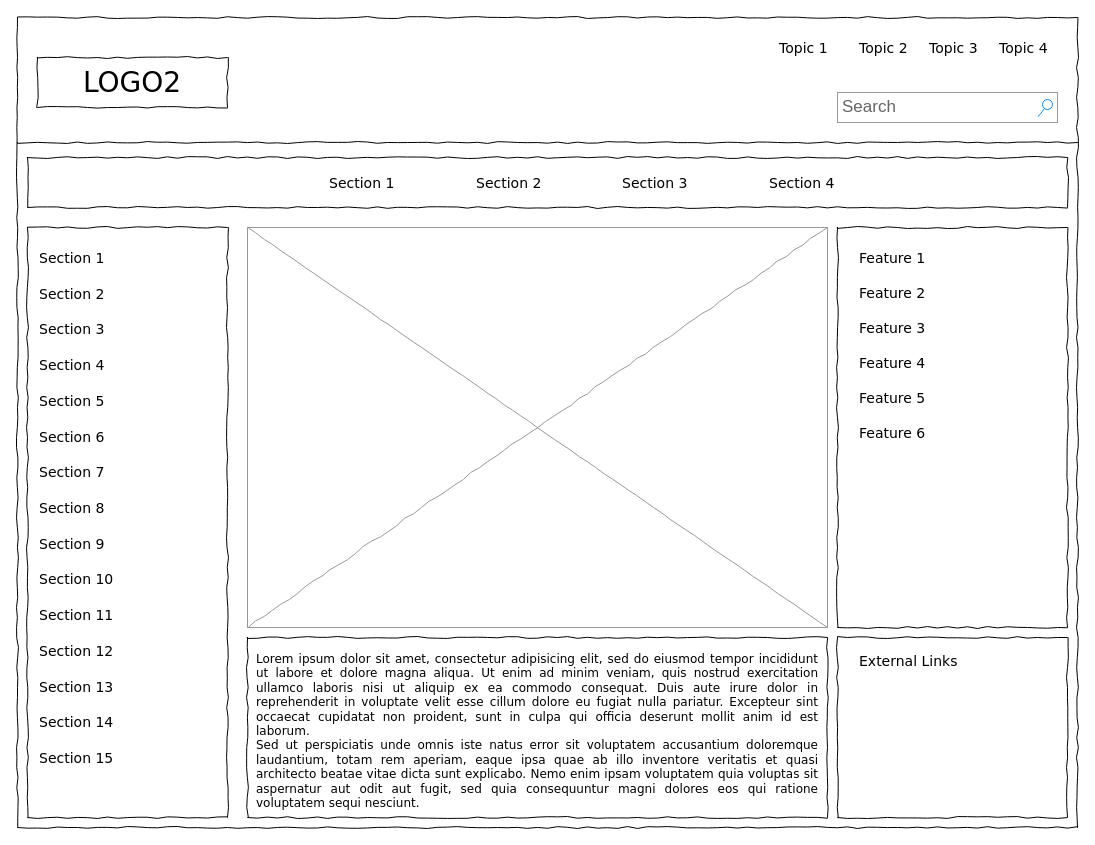
timesong/sqlend_docs keeps this draw.io diagram as docs/未命名绘图.drawio. Above is the earlier version. Source tidied: cells renumbered, new cells numbered last; positions are measured from the earlier drawing's top-left corner, leaving out a move shared by most shapes. Both pictures are drawn from the tidied source at 100%, with x=0, y=0 at pixel (17, 17).
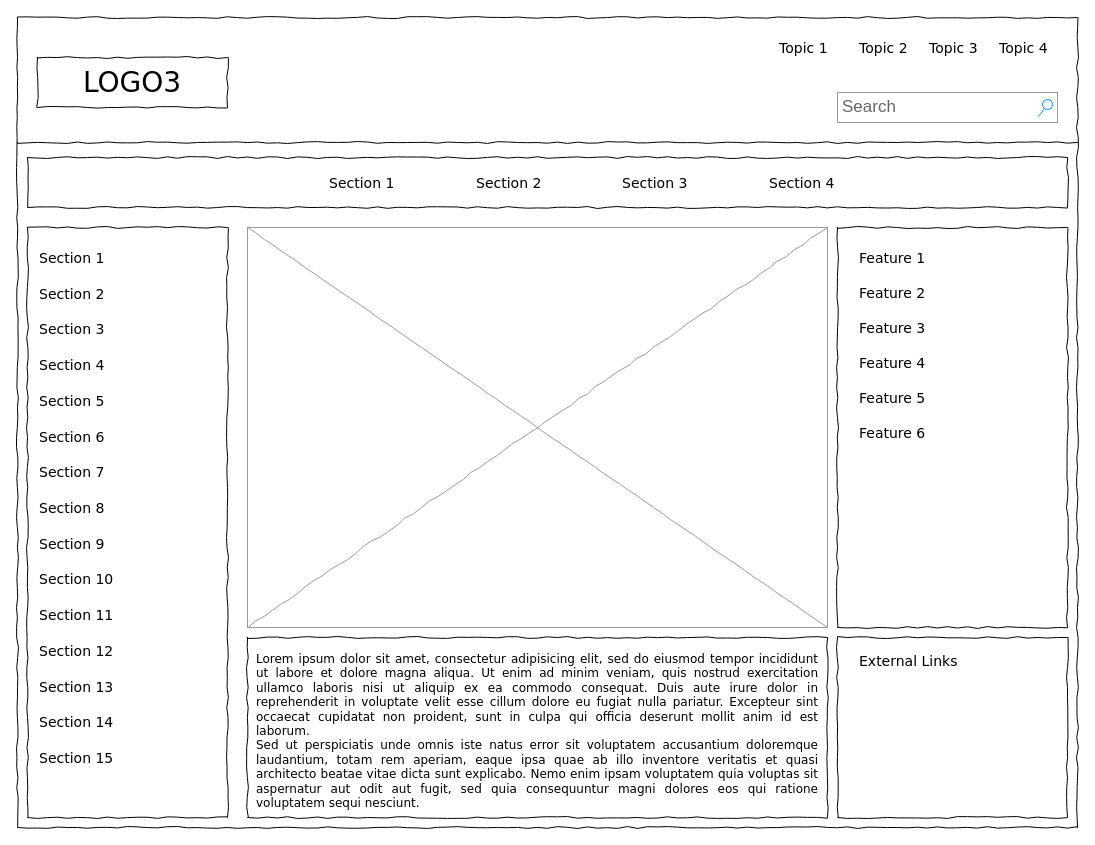
Above is the later version.

Commit message:
更新未命名绘图.drawio

The edit, as a diff of the source:
```diff
@@
-    <mxCell id="3" value="LOGO2" style="whiteSpace=wrap;html=1;rounded=0;shadow=0;labelBackgroundColor=none;strokeWidth=1;fontFamily=Verdana;fontSize=28;align=center;comic=1;" parent="1" vertex="1">
+    <mxCell id="3" value="LOGO3" style="whiteSpace=wrap;html=1;rounded=0;shadow=0;labelBackgroundColor=none;strokeWidth=1;fontFamily=Verdana;fontSize=28;align=center;comic=1;" parent="1" vertex="1">
       <mxGeometry x="20" y="40" width="190" height="50" as="geometry" />
     </mxCell>
```
